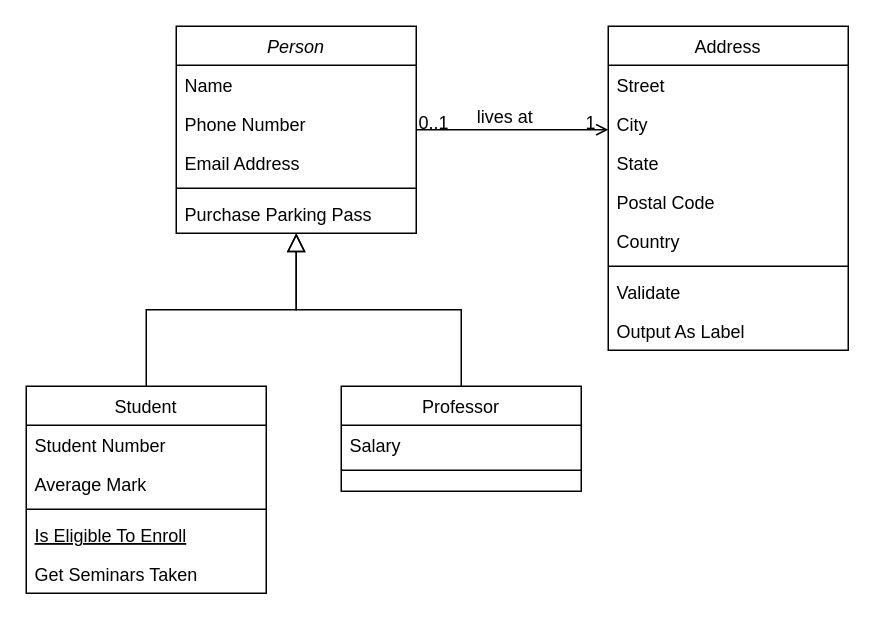
Earlier version of the draw.io diagram POO-PEC.drawio (crisjumbo/diagrams). Source tidied: cells renumbered, new cells numbered last; positions are measured from the earlier drawing's top-left corner, leaving out a move shared by most shapes. Both pictures are drawn from the tidied source at 150%, with x=0, y=0 at pixel (26, 26).
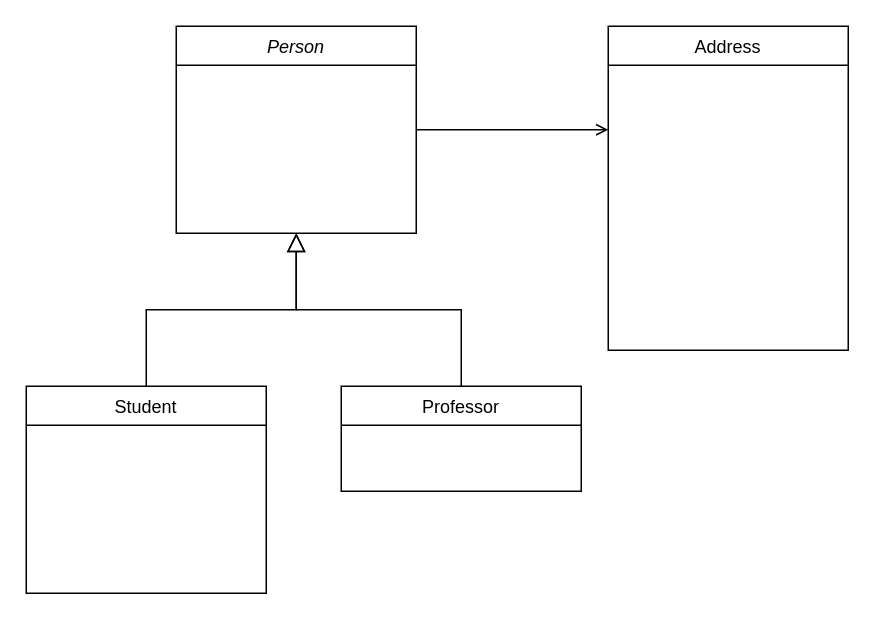
After the change.

The change refers to these unchanged cells:
```xml
<mxCell id="2" value="Person" style="swimlane;fontStyle=2;align=center;verticalAlign=top;horizontal=1;startSize=26;rounded=0;shadow=0;strokeWidth=1;" parent="1" vertex="1">
  <mxGeometry x="100" width="160" height="138" as="geometry" />
</mxCell>
<mxCell id="8" value="Student" style="swimlane;fontStyle=0;align=center;verticalAlign=top;horizontal=1;startSize=26;rounded=0;shadow=0;strokeWidth=1;" parent="1" vertex="1">
  <mxGeometry y="240" width="160" height="138" as="geometry" />
</mxCell>
<mxCell id="15" value="Professor" style="swimlane;fontStyle=0;align=center;verticalAlign=top;horizontal=1;startSize=26;rounded=0;shadow=0;strokeWidth=1;" parent="1" vertex="1">
  <mxGeometry x="210" y="240" width="160" height="70" as="geometry" />
</mxCell>
<mxCell id="19" value="Address" style="swimlane;fontStyle=0;align=center;verticalAlign=top;horizontal=1;startSize=26;rounded=0;shadow=0;strokeWidth=1;" parent="1" vertex="1">
  <mxGeometry x="388" width="160" height="216" as="geometry" />
</mxCell>
<mxCell id="28" style="endArrow=open;shadow=0;strokeWidth=1;rounded=0;curved=0;endFill=1;edgeStyle=elbowEdgeStyle;elbow=vertical;" parent="1" edge="1" source="2" target="19">
  <mxGeometry x="0.5" y="41" relative="1" as="geometry">
    <mxPoint x="-40" y="32" as="offset" />
  </mxGeometry>
</mxCell>
```

Change to the diagram source:
```diff
@@
-    <mxCell id="3" value="Name" style="text;align=left;verticalAlign=top;spacingLeft=4;spacingRight=4;overflow=hidden;" parent="2" vertex="1">
-      <mxGeometry y="26" width="160" height="26" as="geometry" />
-    </mxCell>
-    <mxCell id="4" value="Phone Number" style="text;align=left;verticalAlign=top;spacingLeft=4;spacingRight=4;overflow=hidden;rounded=0;shadow=0;html=0;" parent="2" vertex="1">
-      <mxGeometry y="52" width="160" height="26" as="geometry" />
-    </mxCell>
-    <mxCell id="5" value="Email Address" style="text;align=left;verticalAlign=top;spacingLeft=4;spacingRight=4;overflow=hidden;rounded=0;shadow=0;html=0;" parent="2" vertex="1">
-      <mxGeometry y="78" width="160" height="26" as="geometry" />
-    </mxCell>
-    <mxCell id="6" style="line;html=1;strokeWidth=1;align=left;verticalAlign=middle;spacingTop=-1;spacingLeft=3;spacingRight=3;labelPosition=right;" parent="2" vertex="1">
-      <mxGeometry y="104" width="160" height="8" as="geometry" />
-    </mxCell>
-    <mxCell id="7" value="Purchase Parking Pass" style="text;align=left;verticalAlign=top;spacingLeft=4;spacingRight=4;overflow=hidden;" parent="2" vertex="1">
-      <mxGeometry y="112" width="160" height="26" as="geometry" />
-    </mxCell>
@@
-    <mxCell id="9" value="Student Number" style="text;align=left;verticalAlign=top;spacingLeft=4;spacingRight=4;overflow=hidden;" parent="8" vertex="1">
-      <mxGeometry y="26" width="160" height="26" as="geometry" />
-    </mxCell>
-    <mxCell id="10" value="Average Mark" style="text;align=left;verticalAlign=top;spacingLeft=4;spacingRight=4;overflow=hidden;rounded=0;shadow=0;html=0;" parent="8" vertex="1">
-      <mxGeometry y="52" width="160" height="26" as="geometry" />
-    </mxCell>
-    <mxCell id="11" style="line;html=1;strokeWidth=1;align=left;verticalAlign=middle;spacingTop=-1;spacingLeft=3;spacingRight=3;labelPosition=right;" parent="8" vertex="1">
-      <mxGeometry y="78" width="160" height="8" as="geometry" />
-    </mxCell>
-    <mxCell id="12" value="Is Eligible To Enroll" style="text;align=left;verticalAlign=top;spacingLeft=4;spacingRight=4;overflow=hidden;fontStyle=4;" parent="8" vertex="1">
-      <mxGeometry y="86" width="160" height="26" as="geometry" />
-    </mxCell>
-    <mxCell id="13" value="Get Seminars Taken" style="text;align=left;verticalAlign=top;spacingLeft=4;spacingRight=4;overflow=hidden;" parent="8" vertex="1">
-      <mxGeometry y="112" width="160" height="26" as="geometry" />
-    </mxCell>
@@
-    <mxCell id="16" value="Salary" style="text;align=left;verticalAlign=top;spacingLeft=4;spacingRight=4;overflow=hidden;" parent="15" vertex="1">
-      <mxGeometry y="26" width="160" height="26" as="geometry" />
-    </mxCell>
-    <mxCell id="17" style="line;html=1;strokeWidth=1;align=left;verticalAlign=middle;spacingTop=-1;spacingLeft=3;spacingRight=3;labelPosition=right;" parent="15" vertex="1">
-      <mxGeometry y="52" width="160" height="8" as="geometry" />
-    </mxCell>
@@
-    <mxCell id="20" value="Street" style="text;align=left;verticalAlign=top;spacingLeft=4;spacingRight=4;overflow=hidden;" parent="19" vertex="1">
-      <mxGeometry y="26" width="160" height="26" as="geometry" />
-    </mxCell>
-    <mxCell id="21" value="City" style="text;align=left;verticalAlign=top;spacingLeft=4;spacingRight=4;overflow=hidden;rounded=0;shadow=0;html=0;" parent="19" vertex="1">
-      <mxGeometry y="52" width="160" height="26" as="geometry" />
-    </mxCell>
-    <mxCell id="22" value="State" style="text;align=left;verticalAlign=top;spacingLeft=4;spacingRight=4;overflow=hidden;rounded=0;shadow=0;html=0;" parent="19" vertex="1">
-      <mxGeometry y="78" width="160" height="26" as="geometry" />
-    </mxCell>
-    <mxCell id="23" value="Postal Code" style="text;align=left;verticalAlign=top;spacingLeft=4;spacingRight=4;overflow=hidden;rounded=0;shadow=0;html=0;" parent="19" vertex="1">
-      <mxGeometry y="104" width="160" height="26" as="geometry" />
-    </mxCell>
-    <mxCell id="24" value="Country" style="text;align=left;verticalAlign=top;spacingLeft=4;spacingRight=4;overflow=hidden;rounded=0;shadow=0;html=0;" parent="19" vertex="1">
-      <mxGeometry y="130" width="160" height="26" as="geometry" />
-    </mxCell>
-    <mxCell id="25" style="line;html=1;strokeWidth=1;align=left;verticalAlign=middle;spacingTop=-1;spacingLeft=3;spacingRight=3;labelPosition=right;" parent="19" vertex="1">
-      <mxGeometry y="156" width="160" height="8" as="geometry" />
-    </mxCell>
-    <mxCell id="26" value="Validate" style="text;align=left;verticalAlign=top;spacingLeft=4;spacingRight=4;overflow=hidden;" parent="19" vertex="1">
-      <mxGeometry y="164" width="160" height="26" as="geometry" />
-    </mxCell>
-    <mxCell id="27" value="Output As Label" style="text;align=left;verticalAlign=top;spacingLeft=4;spacingRight=4;overflow=hidden;" parent="19" vertex="1">
-      <mxGeometry y="190" width="160" height="26" as="geometry" />
-    </mxCell>
@@
-    <mxCell id="29" value="0..1" style="align=left;verticalAlign=bottom;labelBackgroundColor=none;fontSize=12;" parent="28" vertex="1">
-      <mxGeometry x="-1" relative="1" as="geometry">
-        <mxPoint y="4" as="offset" />
-      </mxGeometry>
-    </mxCell>
-    <mxCell id="30" value="1" style="align=right;verticalAlign=bottom;labelBackgroundColor=none;fontSize=12;" parent="28" vertex="1">
-      <mxGeometry x="1" relative="1" as="geometry">
-        <mxPoint x="-7" y="4" as="offset" />
-      </mxGeometry>
-    </mxCell>
-    <mxCell id="31" value="lives at" style="text;html=1;align=center;verticalAlign=middle;labelBackgroundColor=none;rounded=0;shadow=0;strokeWidth=1;fontSize=12;" parent="28" vertex="1">
-      <mxGeometry x="0.5" y="49" relative="1" as="geometry">
-        <mxPoint x="-38" y="40" as="offset" />
-      </mxGeometry>
-    </mxCell>
```
